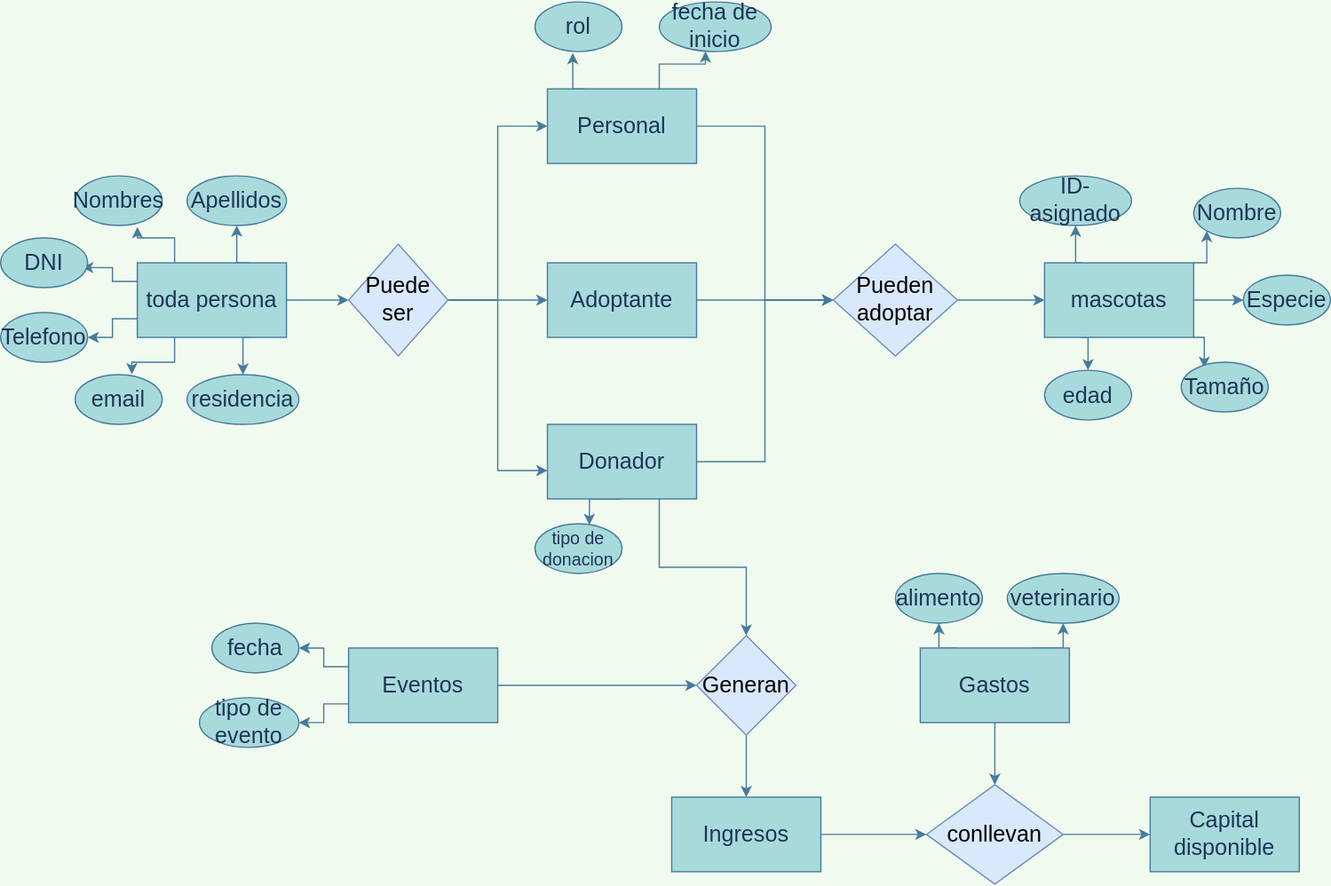
Leo-Spj/SQL-CoderHouse keeps this draw.io diagram as Untitled Diagram.drawio.svg. Above is the earlier version. Source tidied: cells renumbered, new cells last; positions are measured from the earlier drawing's top-left corner, leaving out a move shared by most shapes.
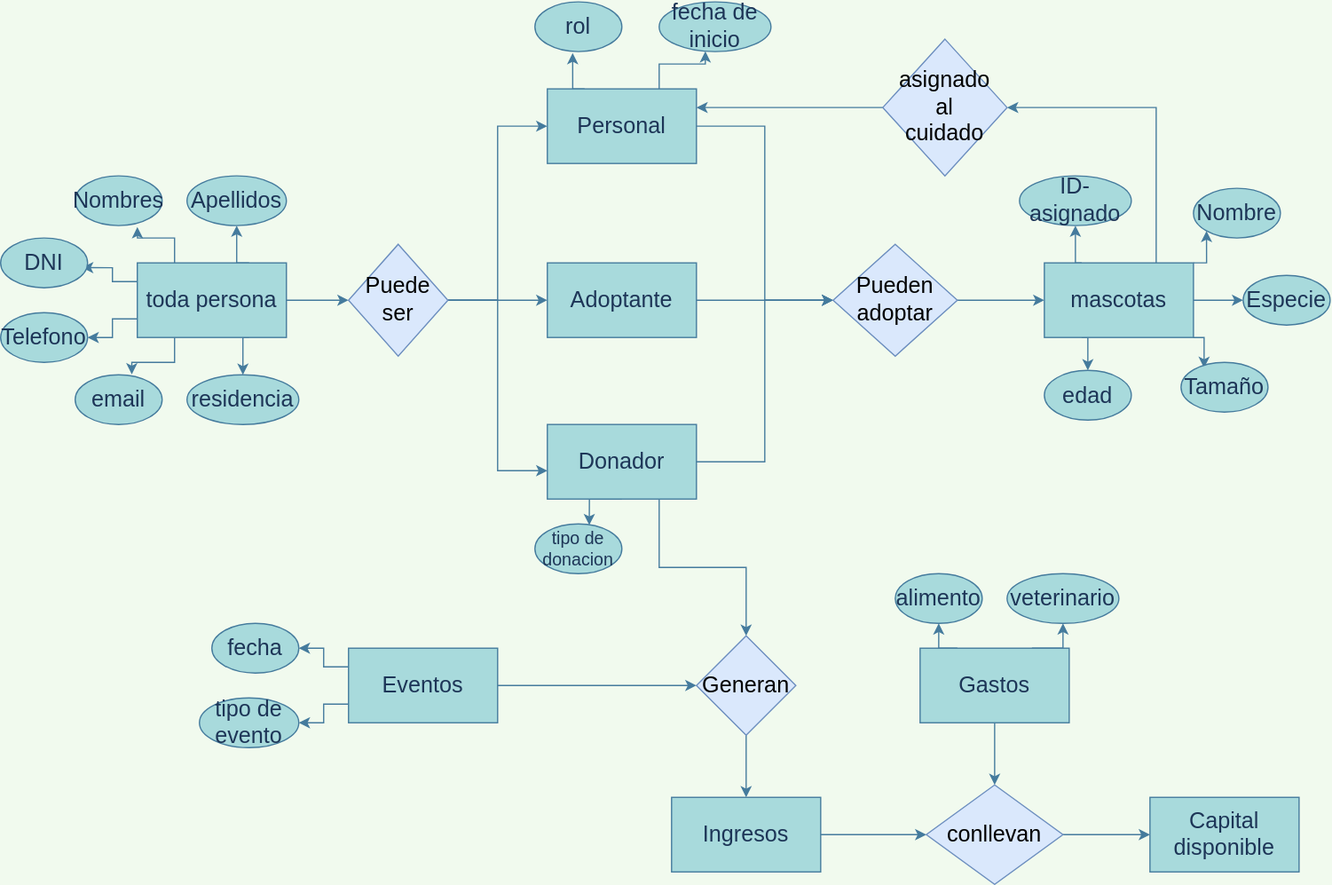
The same diagram one commit later.

Diff of the diagram source:
```diff
@@ -89,6 +89,9 @@
     <mxCell id="30" style="edgeStyle=orthogonalEdgeStyle;rounded=0;jettySize=auto;html=1;exitX=1;exitY=0.5;exitDx=0;exitDy=0;entryX=0;entryY=0.5;entryDx=0;entryDy=0;fontSize=18;labelBackgroundColor=#F1FAEE;strokeColor=#457B9D;fontColor=#1D3557;" parent="1" edge="1" source="31" target="48">
       <mxGeometry relative="1" as="geometry" />
     </mxCell>
+    <mxCell id="65" style="edgeStyle=orthogonalEdgeStyle;rounded=0;jettySize=auto;html=1;exitX=0.75;exitY=0;exitDx=0;exitDy=0;entryX=1;entryY=0.5;entryDx=0;entryDy=0;fontSize=14;labelBackgroundColor=#F1FAEE;strokeColor=#457B9D;fontColor=#1D3557;" parent="1" edge="1" source="31" target="67">
+      <mxGeometry relative="1" as="geometry" />
+    </mxCell>
     <mxCell id="31" value="&lt;font style=&quot;font-size: 18px;&quot;&gt;mascotas&lt;/font&gt;" style="rounded=0;whiteSpace=wrap;html=1;fillColor=#A8DADC;strokeColor=#457B9D;fontColor=#1D3557;" parent="1" vertex="1">
       <mxGeometry x="840" y="210" width="120" height="60" as="geometry" />
     </mxCell>
@@ -191,5 +194,13 @@
     <mxCell id="64" value="&lt;font style=&quot;font-size: 18px;&quot;&gt;fecha&lt;/font&gt;" style="ellipse;whiteSpace=wrap;html=1;fillColor=#A8DADC;strokeColor=#457B9D;fontColor=#1D3557;" parent="1" vertex="1">
       <mxGeometry x="170" y="500" width="70" height="40" as="geometry" />
     </mxCell>
+    <mxCell id="66" style="edgeStyle=orthogonalEdgeStyle;rounded=0;jettySize=auto;html=1;exitX=0;exitY=0.5;exitDx=0;exitDy=0;fontSize=14;labelBackgroundColor=#F1FAEE;strokeColor=#457B9D;fontColor=#1D3557;" parent="1" edge="1" source="67">
+      <mxGeometry relative="1" as="geometry">
+        <mxPoint x="560" y="85" as="targetPoint" />
+      </mxGeometry>
+    </mxCell>
+    <mxCell id="67" value="&lt;font style=&quot;font-size: 18px;&quot;&gt;asignado&lt;br&gt;al&lt;br&gt;cuidado&lt;/font&gt;" style="rhombus;whiteSpace=wrap;html=1;fillColor=#dae8fc;strokeColor=#6c8ebf;" parent="1" vertex="1">
+      <mxGeometry x="710" y="30" width="100" height="110" as="geometry" />
+    </mxCell>
   </root>
 </mxGraphModel>
```
